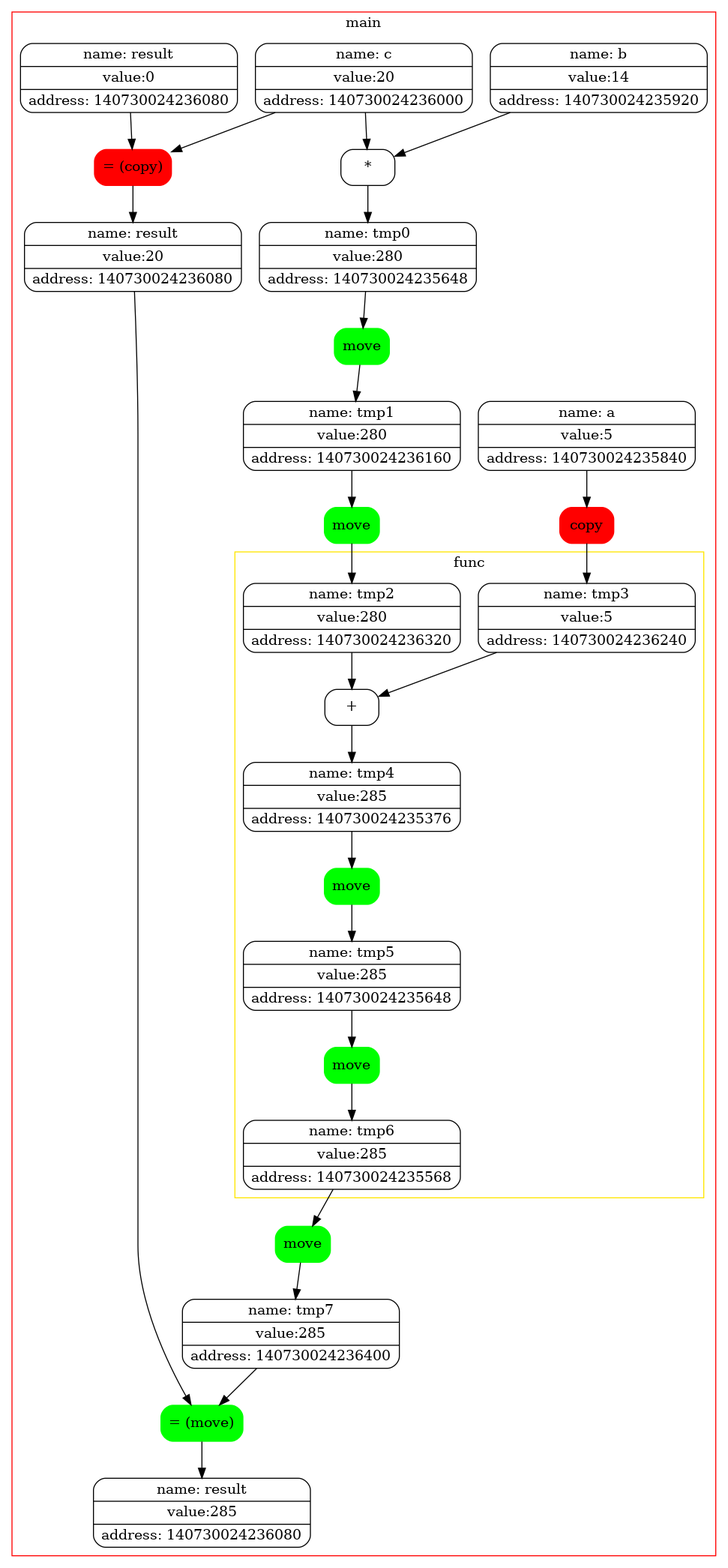
Before: graph.png, a diagram exported from Graphviz (levasemin/Move_Semantic). Its source is kept beside it as graph.dot. The source it was exported from:
```dot
digraph G{
trankdir=HR;
node[shape=Mrecord];

subgraph "cluster_0" {
label = main;
color = "0.0,1,1";
1[label="{ {name: a} | {value:5} | {address: 140730024235840}} " ];
2[label="{ {name: b} | {value:14} | {address: 140730024235920}} " ];
3[label="{ {name: c} | {value:20} | {address: 140730024236000}} " ];
4[label="{ {name: result} | {value:0} | {address: 140730024236080}} " ];
5[label="= (copy)" color = "red" style = "filled"];
4->5;
3->5;
6[label="{ {name: result} | {value:20} | {address: 140730024236080}} " ];
5->6;
7[label="*" color = "black" style = ""];
2->7;
3->7;
8[label="{ {name: tmp0} | {value:280} | {address: 140730024235648}} " ];
7->8;
9[label="move" color = "green" style = "filled"];
8->9;
10[label="{ {name: tmp1} | {value:280} | {address: 140730024236160}} " ];
9->10;
11[label="move" color = "green" style = "filled"];
10->11;
12[label="{ {name: tmp2} | {value:280} | {address: 140730024236320}} " ];
11->12;
13[label="copy" color = "red" style = "filled"];
1->13;
14[label="{ {name: tmp3} | {value:5} | {address: 140730024236240}} " ];
13->14;
subgraph "cluster_1" {
label = func;
color = "0.15,1,1";
15[label="+" color = "black" style = ""];
14->15;
12->15;
16[label="{ {name: tmp4} | {value:285} | {address: 140730024235376}} " ];
15->16;
17[label="move" color = "green" style = "filled"];
16->17;
18[label="{ {name: tmp5} | {value:285} | {address: 140730024235648}} " ];
17->18;
19[label="move" color = "green" style = "filled"];
18->19;
20[label="{ {name: tmp6} | {value:285} | {address: 140730024235568}} " ];
19->20;
}
21[label="move" color = "green" style = "filled"];
20->21;
22[label="{ {name: tmp7} | {value:285} | {address: 140730024236400}} " ];
21->22;
23[label="= (move)" color = "green" style = "filled"];
6->23;
22->23;
24[label="{ {name: result} | {value:285} | {address: 140730024236080}} " ];
23->24;
}
}
```
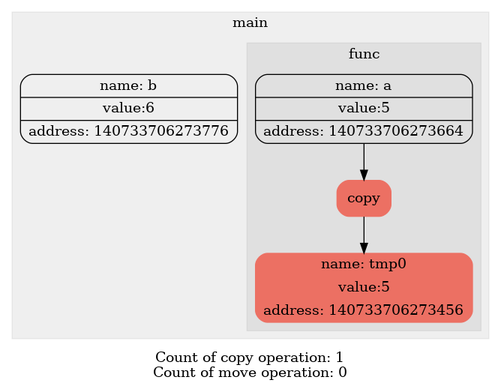
After the change.

Change to the diagram source:
```diff
@@ -4,58 +4,19 @@
 
 subgraph "cluster_0" {
 label = main;
-color = "0.0,1,1";
-1[label="{ {name: a} | {value:5} | {address: 140730024235840}} " ];
-2[label="{ {name: b} | {value:14} | {address: 140730024235920}} " ];
-3[label="{ {name: c} | {value:20} | {address: 140730024236000}} " ];
-4[label="{ {name: result} | {value:0} | {address: 140730024236080}} " ];
-5[label="= (copy)" color = "red" style = "filled"];
-4->5;
-3->5;
-6[label="{ {name: result} | {value:20} | {address: 140730024236080}} " ];
-5->6;
-7[label="*" color = "black" style = ""];
-2->7;
-3->7;
-8[label="{ {name: tmp0} | {value:280} | {address: 140730024235648}} " ];
-7->8;
-9[label="move" color = "green" style = "filled"];
-8->9;
-10[label="{ {name: tmp1} | {value:280} | {address: 140730024236160}} " ];
-9->10;
-11[label="move" color = "green" style = "filled"];
-10->11;
-12[label="{ {name: tmp2} | {value:280} | {address: 140730024236320}} " ];
-11->12;
-13[label="copy" color = "red" style = "filled"];
-1->13;
-14[label="{ {name: tmp3} | {value:5} | {address: 140730024236240}} " ];
-13->14;
+style= filled
+color = "#00000010";
+1[label="{ {name: a} | {value:5} | {address: 140733706273664}} " color=""style=""];
+2[label="{ {name: b} | {value:6} | {address: 140733706273776}} " color=""style=""];
 subgraph "cluster_1" {
 label = func;
-color = "0.15,1,1";
-15[label="+" color = "black" style = ""];
-14->15;
-12->15;
-16[label="{ {name: tmp4} | {value:285} | {address: 140730024235376}} " ];
-15->16;
-17[label="move" color = "green" style = "filled"];
-16->17;
-18[label="{ {name: tmp5} | {value:285} | {address: 140730024235648}} " ];
-17->18;
-19[label="move" color = "green" style = "filled"];
-18->19;
-20[label="{ {name: tmp6} | {value:285} | {address: 140730024235568}} " ];
-19->20;
-}
-21[label="move" color = "green" style = "filled"];
-20->21;
-22[label="{ {name: tmp7} | {value:285} | {address: 140730024236400}} " ];
-21->22;
-23[label="= (move)" color = "green" style = "filled"];
-6->23;
-22->23;
-24[label="{ {name: result} | {value:285} | {address: 140730024236080}} " ];
-23->24;
+style= filled
+color = "#00000010";
+3[label="copy" color = "#EC7063" style = "filled"];
+1->3;
+4[label="{ {name: tmp0} | {value:5} | {address: 140733706273456}} " color="#EC7063"style="filled"];
+3->4;
 }
 }
+label="Count of copy operation: 1
+Count of move operation: 0"}
```
